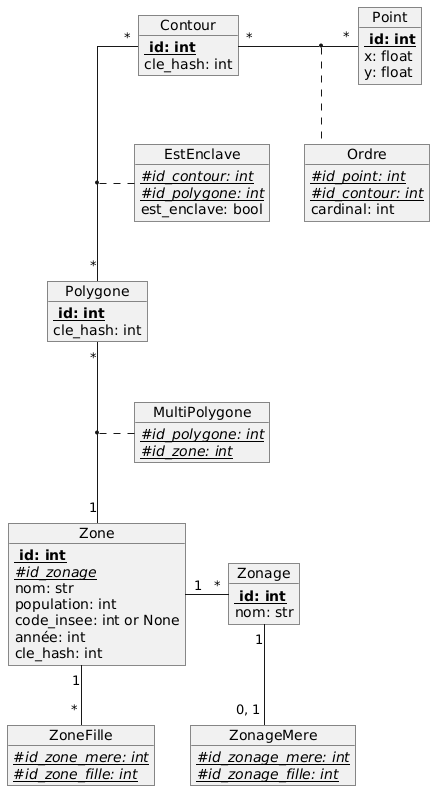
Before: doc/diagrammes/diagramme_entite_relation.png, a diagram exported from PlantUML (antoni-guardia/ENSAI_ProjetInfo2A). The source it was exported from:
```plantuml
@startuml
skinparam linetype polyline
skinparam linetype ortho


object Zonage{
<b> {Static} id: int
nom: str
}

object Zone{
<b> {Static} id: int
{Static}//#id_zonage//
nom: str
population: int
code_insee: int or None
année: int
cle_hash: int

}

object MultiPolygone{
{Static}//#id_polygone: int//
{Static}//#id_zone: int//

}



object Polygone{
<b> {Static} id: int
cle_hash: int
}

object Contour{
<b> {Static} id: int
cle_hash: int
}

object Point{
<b> {Static} id: int
x: float
y: float
}
object EstEnclave{
{Static}//#id_contour: int//
{Static}//#id_polygone: int//
est_enclave: bool
}

object Ordre{
{Static}//#id_point: int//
{Static}//#id_contour: int//
cardinal: int

}

object ZoneFille{
{Static}//#id_zone_mere: int//
{Static}//#id_zone_fille: int//
}

object ZonageMere{
{Static}//#id_zonage_mere: int//
{Static}//#id_zonage_fille: int//
}
Zonage "1"-- "0, 1" ZonageMere

Polygone "*" -- "1" Zone
(Polygone, Zone) .. MultiPolygone

Contour "*" -- "*" Polygone
(Contour, Polygone) .. EstEnclave

Contour "*" -right- "*" Point
(Contour, Point) .. Ordre

Zone "1" -down- " * " ZoneFille
Zone "1" -right- "*" Zonage
@enduml
```
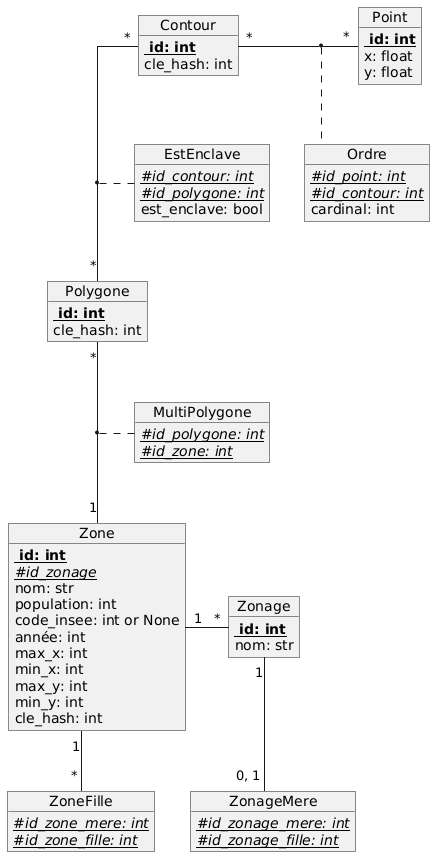
The same diagram one commit later.

The edit, as a diff of the source:
```diff
@@ -15,6 +15,10 @@
 population: int
 code_insee: int or None
 année: int
+max_x: int
+min_x: int
+max_y: int
+min_y: int
 cle_hash: int
 
 }
```
